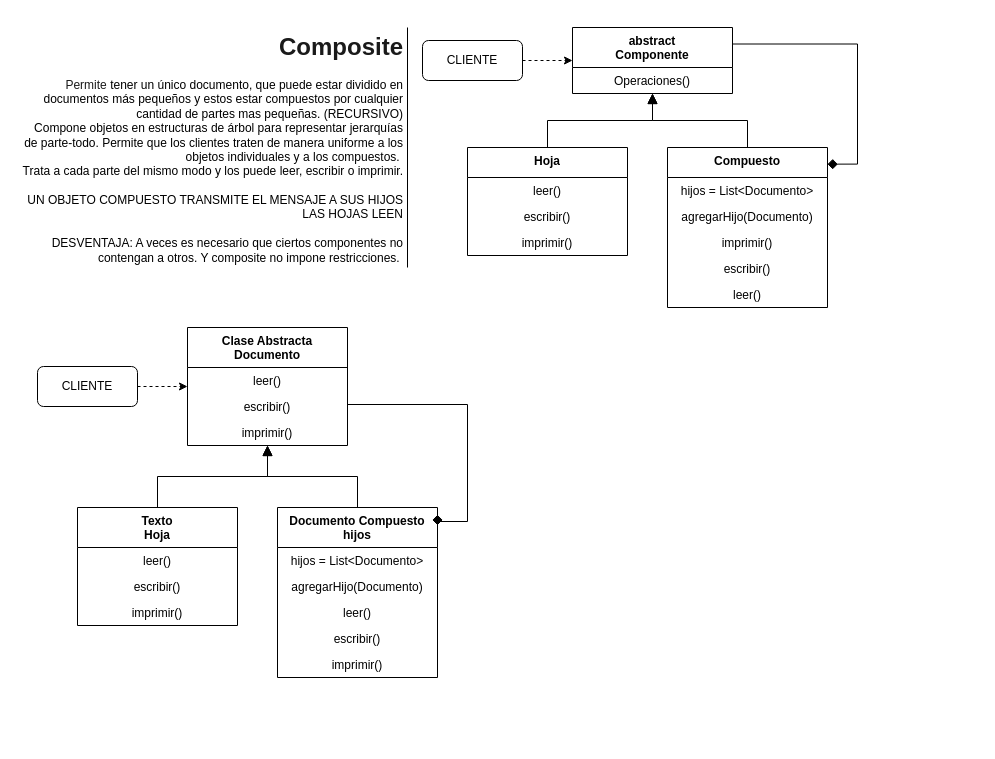
The draw.io diagram page "6 Composite" (1 of 2) of Clase6.drawio in veroyols/I3007_patrones_de_disenio, before the edit. Source tidied: cells renumbered, new cells numbered last; positions are measured from the earlier drawing's top-left corner, leaving out a move shared by most shapes. Both pictures are drawn from the tidied source at 100%, with x=0, y=0 at pixel (17, 27).
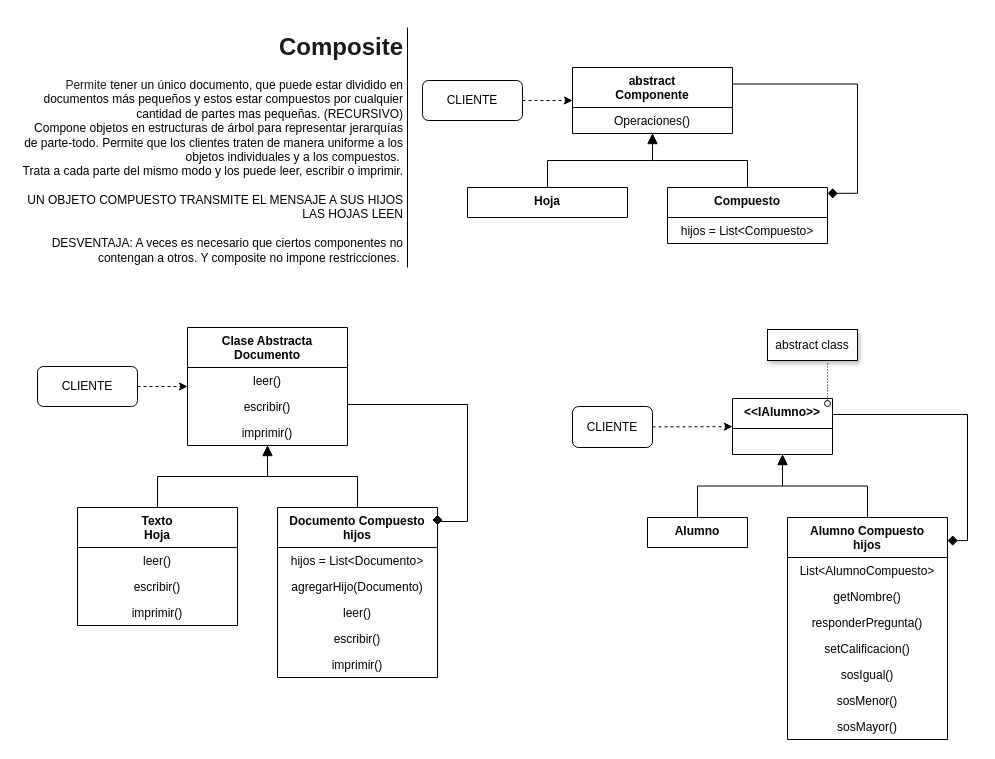
Above is the later version.

Diff of the diagram source:
```diff
@@
     <mxCell id="2" value="abstract&#10;Componente" style="swimlane;fontStyle=1;align=center;verticalAlign=top;horizontal=1;startSize=40;" parent="1" vertex="1">
-      <mxGeometry x="555" width="160" height="66" as="geometry" />
+      <mxGeometry x="555" y="40" width="160" height="66" as="geometry" />
     </mxCell>
@@
     <mxCell id="5" value="CLIENTE" style="rounded=1;whiteSpace=wrap;html=1;align=center;" parent="1" vertex="1">
-      <mxGeometry x="405" y="13" width="100" height="40" as="geometry" />
+      <mxGeometry x="405" y="53" width="100" height="40" as="geometry" />
     </mxCell>
@@
     <mxCell id="7" value="Compuesto" style="swimlane;fontStyle=1;align=center;verticalAlign=top;horizontal=1;startSize=30;" parent="1" vertex="1">
-      <mxGeometry x="650" y="120" width="160" height="160" as="geometry" />
+      <mxGeometry x="650" y="160" width="160" height="56" as="geometry" />
     </mxCell>
-    <mxCell id="8" value="hijos = List&lt;Documento&gt;" style="text;strokeColor=none;fillColor=none;align=center;verticalAlign=top;spacingLeft=4;spacingRight=4;overflow=hidden;" parent="7" vertex="1">
+    <mxCell id="8" value="hijos = List&lt;Compuesto&gt;" style="text;strokeColor=none;fillColor=none;align=center;verticalAlign=top;spacingLeft=4;spacingRight=4;overflow=hidden;" parent="7" vertex="1">
       <mxGeometry y="30" width="160" height="26" as="geometry" />
     </mxCell>
-    <mxCell id="9" value="agregarHijo(Documento)" style="text;strokeColor=none;fillColor=none;align=center;verticalAlign=top;spacingLeft=4;spacingRight=4;overflow=hidden;" parent="7" vertex="1">
-      <mxGeometry y="56" width="160" height="26" as="geometry" />
-    </mxCell>
-    <mxCell id="10" value="imprimir()" style="text;strokeColor=none;fillColor=none;align=center;verticalAlign=top;spacingLeft=4;spacingRight=4;overflow=hidden;" parent="7" vertex="1">
-      <mxGeometry y="82" width="160" height="26" as="geometry" />
-    </mxCell>
-    <mxCell id="11" value="escribir()" style="text;strokeColor=none;fillColor=none;align=center;verticalAlign=top;spacingLeft=4;spacingRight=4;overflow=hidden;" parent="7" vertex="1">
-      <mxGeometry y="108" width="160" height="26" as="geometry" />
-    </mxCell>
-    <mxCell id="12" value="leer()" style="text;strokeColor=none;fillColor=none;align=center;verticalAlign=top;spacingLeft=4;spacingRight=4;overflow=hidden;" parent="7" vertex="1">
-      <mxGeometry y="134" width="160" height="26" as="geometry" />
-    </mxCell>
@@
     <mxCell id="15" value="Hoja" style="swimlane;fontStyle=1;align=center;verticalAlign=top;horizontal=1;startSize=30;" parent="1" vertex="1">
-      <mxGeometry x="450" y="120" width="160" height="108" as="geometry" />
+      <mxGeometry x="450" y="160" width="160" height="30" as="geometry" />
     </mxCell>
-    <mxCell id="16" value="leer()" style="text;strokeColor=none;fillColor=none;align=center;verticalAlign=top;spacingLeft=4;spacingRight=4;overflow=hidden;" parent="15" vertex="1">
-      <mxGeometry y="30" width="160" height="26" as="geometry" />
-    </mxCell>
-    <mxCell id="17" value="escribir()" style="text;strokeColor=none;fillColor=none;align=center;verticalAlign=top;spacingLeft=4;spacingRight=4;overflow=hidden;" parent="15" vertex="1">
-      <mxGeometry y="56" width="160" height="26" as="geometry" />
-    </mxCell>
-    <mxCell id="18" value="imprimir()" style="text;strokeColor=none;fillColor=none;align=center;verticalAlign=top;spacingLeft=4;spacingRight=4;overflow=hidden;" parent="15" vertex="1">
-      <mxGeometry y="82" width="160" height="26" as="geometry" />
-    </mxCell>
     <mxCell id="19" style="endArrow=diamond;html=1;endFill=1;endSize=8;exitX=1;exitY=0.25;exitDx=0;exitDy=0;edgeStyle=orthogonalEdgeStyle;rounded=0;entryX=1;entryY=0.104;entryDx=0;entryDy=0;entryPerimeter=0;" parent="1" edge="1" source="2" target="7">
       <mxGeometry relative="1" as="geometry">
         <Array as="points">
-          <mxPoint x="840" y="17" />
-          <mxPoint x="840" y="137" />
+          <mxPoint x="840" y="57" />
+          <mxPoint x="840" y="166" />
         </Array>
       </mxGeometry>
     </mxCell>
@@
+    <mxCell id="40" value="&lt;&lt;IAlumno&gt;&gt;" style="swimlane;fontStyle=1;align=center;verticalAlign=top;horizontal=1;startSize=30;" parent="1" vertex="1">
+      <mxGeometry x="715" y="371" width="100" height="56" as="geometry" />
+    </mxCell>
+    <mxCell id="41" value="CLIENTE" style="rounded=1;whiteSpace=wrap;html=1;align=center;" parent="1" vertex="1">
+      <mxGeometry x="555" y="379" width="80" height="41" as="geometry" />
+    </mxCell>
+    <mxCell id="42" style="endArrow=classic;html=1;dashed=1;" parent="1" edge="1" source="41" target="40">
+      <mxGeometry relative="1" as="geometry" />
+    </mxCell>
+    <mxCell id="43" value="Alumno Compuesto&#10;hijos" style="swimlane;fontStyle=1;align=center;verticalAlign=top;horizontal=1;startSize=40;" parent="1" vertex="1">
+      <mxGeometry x="770" y="490" width="160" height="222" as="geometry" />
+    </mxCell>
+    <mxCell id="44" value="List&lt;AlumnoCompuesto&gt;" style="text;strokeColor=none;fillColor=none;align=center;verticalAlign=top;spacingLeft=4;spacingRight=4;overflow=hidden;" parent="43" vertex="1">
+      <mxGeometry y="40" width="160" height="26" as="geometry" />
+    </mxCell>
+    <mxCell id="45" value="getNombre()" style="text;strokeColor=none;fillColor=none;align=center;verticalAlign=top;spacingLeft=4;spacingRight=4;overflow=hidden;" parent="43" vertex="1">
+      <mxGeometry y="66" width="160" height="26" as="geometry" />
+    </mxCell>
+    <mxCell id="46" value="responderPregunta()" style="text;strokeColor=none;fillColor=none;align=center;verticalAlign=top;spacingLeft=4;spacingRight=4;overflow=hidden;" parent="43" vertex="1">
+      <mxGeometry y="92" width="160" height="26" as="geometry" />
+    </mxCell>
+    <mxCell id="47" value="setCalificacion()" style="text;strokeColor=none;fillColor=none;align=center;verticalAlign=top;spacingLeft=4;spacingRight=4;overflow=hidden;" parent="43" vertex="1">
+      <mxGeometry y="118" width="160" height="26" as="geometry" />
+    </mxCell>
+    <mxCell id="48" value="sosIgual()" style="text;strokeColor=none;fillColor=none;align=center;verticalAlign=top;spacingLeft=4;spacingRight=4;overflow=hidden;" parent="43" vertex="1">
+      <mxGeometry y="144" width="160" height="26" as="geometry" />
+    </mxCell>
+    <mxCell id="49" value="sosMenor()" style="text;strokeColor=none;fillColor=none;align=center;verticalAlign=top;spacingLeft=4;spacingRight=4;overflow=hidden;" parent="43" vertex="1">
+      <mxGeometry y="170" width="160" height="26" as="geometry" />
+    </mxCell>
+    <mxCell id="50" value="sosMayor()" style="text;strokeColor=none;fillColor=none;align=center;verticalAlign=top;spacingLeft=4;spacingRight=4;overflow=hidden;" parent="43" vertex="1">
+      <mxGeometry y="196" width="160" height="26" as="geometry" />
+    </mxCell>
+    <mxCell id="51" style="endArrow=block;html=1;endFill=1;endSize=8;edgeStyle=orthogonalEdgeStyle;rounded=0;" parent="1" edge="1" source="43" target="40">
+      <mxGeometry relative="1" as="geometry" />
+    </mxCell>
+    <mxCell id="52" value="Alumno" style="swimlane;fontStyle=1;align=center;verticalAlign=top;horizontal=1;startSize=30;" parent="1" vertex="1">
+      <mxGeometry x="630" y="490" width="100" height="30" as="geometry" />
+    </mxCell>
+    <mxCell id="53" style="endArrow=diamond;html=1;endFill=1;endSize=8;exitX=1;exitY=0.25;exitDx=0;exitDy=0;edgeStyle=orthogonalEdgeStyle;rounded=0;entryX=1;entryY=0.104;entryDx=0;entryDy=0;entryPerimeter=0;" parent="1" edge="1" source="40" target="43">
+      <mxGeometry relative="1" as="geometry">
+        <Array as="points">
+          <mxPoint x="815" y="387" />
+          <mxPoint x="950" y="387" />
+          <mxPoint x="950" y="513" />
+        </Array>
+      </mxGeometry>
+    </mxCell>
+    <mxCell id="54" style="endArrow=block;html=1;endFill=1;endSize=8;edgeStyle=orthogonalEdgeStyle;rounded=0;exitX=0.5;exitY=0;exitDx=0;exitDy=0;" parent="1" edge="1" source="52" target="40">
+      <mxGeometry relative="1" as="geometry" />
+    </mxCell>
+    <mxCell id="55" value="abstract class" style="rounded=0;whiteSpace=wrap;html=1;align=center;shadow=1;" parent="1" vertex="1">
+      <mxGeometry x="750" y="302" width="90" height="31" as="geometry" />
+    </mxCell>
+    <mxCell id="56" style="endArrow=none;html=1;edgeStyle=orthogonalEdgeStyle;rounded=0;startArrow=oval;startFill=0;dashed=1;dashPattern=1 2;" parent="1" edge="1">
+      <mxGeometry relative="1" as="geometry">
+        <mxPoint x="810" y="376" as="sourcePoint" />
+        <mxPoint x="810" y="336" as="targetPoint" />
+        <Array as="points">
+          <mxPoint x="810" y="336" />
+          <mxPoint x="810" y="336" />
+        </Array>
+      </mxGeometry>
+    </mxCell>
```
